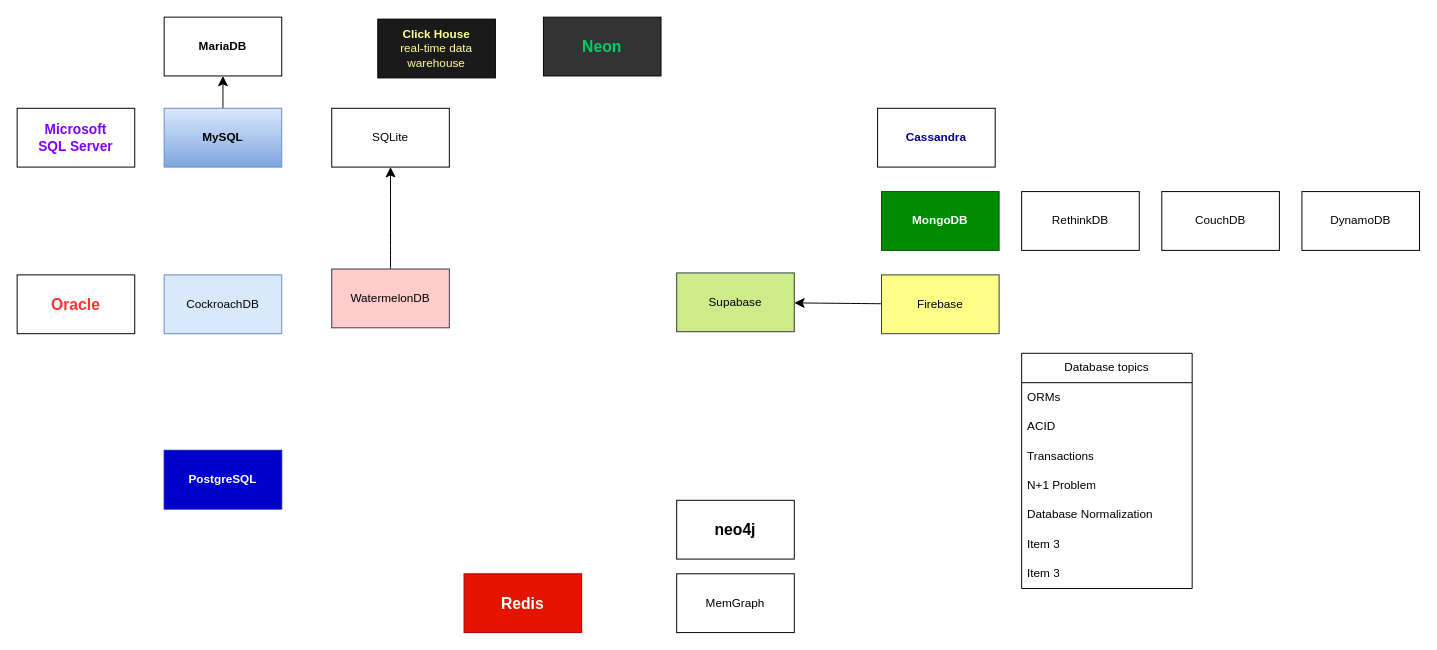
The draw.io diagram page "Database" (4 of 6) of Link_Bookmarks.drawio in sunflynf/diagram-only, before the edit. Source tidied: cells renumbered, new cells numbered last; positions are measured from the earlier drawing's top-left corner, leaving out a move shared by most shapes. Both pictures are drawn from the tidied source at 98%, with x=0, y=0 at pixel (17, 17).
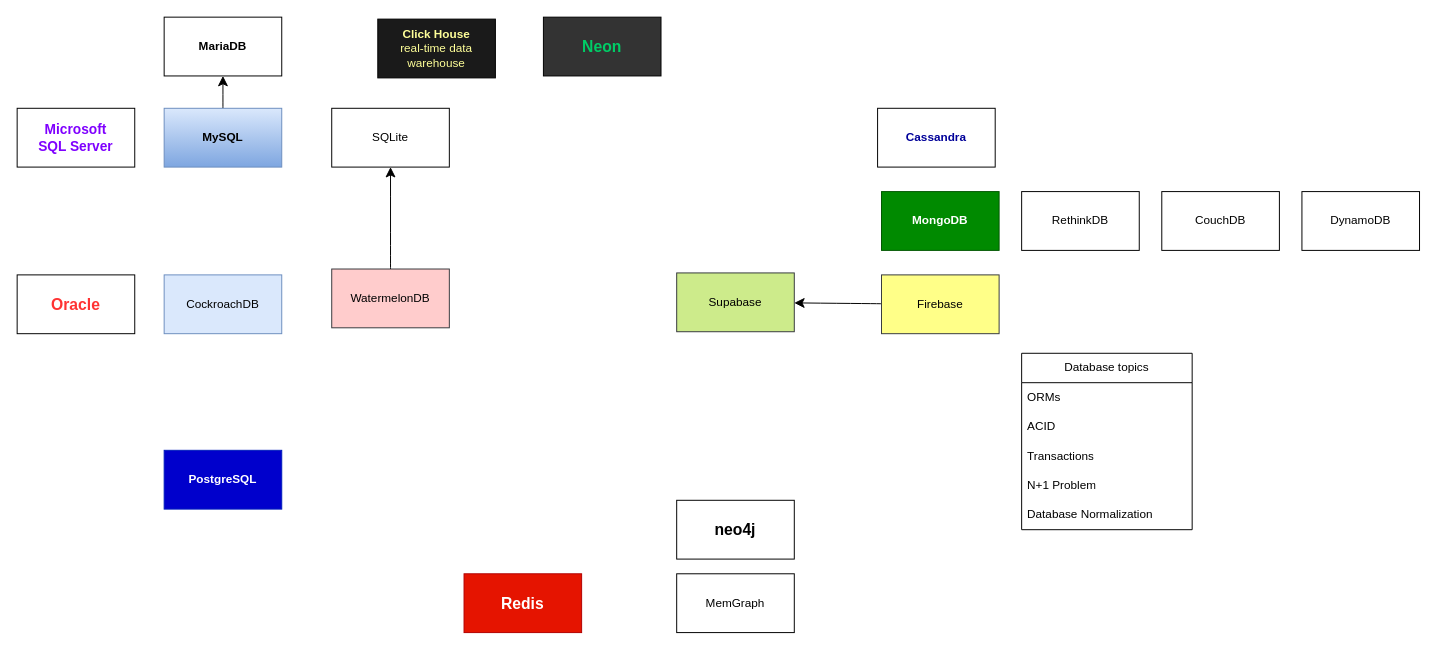
Above is the later version.

Change to the diagram source:
```diff
@@
     <mxCell id="24" value="Database topics" style="swimlane;fontStyle=0;horizontal=1;startSize=30;whiteSpace=wrap;html=1;" parent="1" vertex="1">
-      <mxGeometry x="1025" y="343" width="174" height="240" as="geometry" />
+      <mxGeometry x="1025" y="343" width="174" height="180" as="geometry" />
     </mxCell>
@@
-    <mxCell id="30" value="Item 3" style="text;strokeColor=none;fillColor=none;align=left;verticalAlign=middle;spacingLeft=4;spacingRight=4;overflow=hidden;whiteSpace=wrap;html=1;" parent="24" vertex="1">
-      <mxGeometry y="180" width="174" height="30" as="geometry" />
-    </mxCell>
-    <mxCell id="31" value="Item 3" style="text;strokeColor=none;fillColor=none;align=left;verticalAlign=middle;spacingLeft=4;spacingRight=4;overflow=hidden;whiteSpace=wrap;html=1;" parent="24" vertex="1">
-      <mxGeometry y="210" width="174" height="30" as="geometry" />
-    </mxCell>
```
